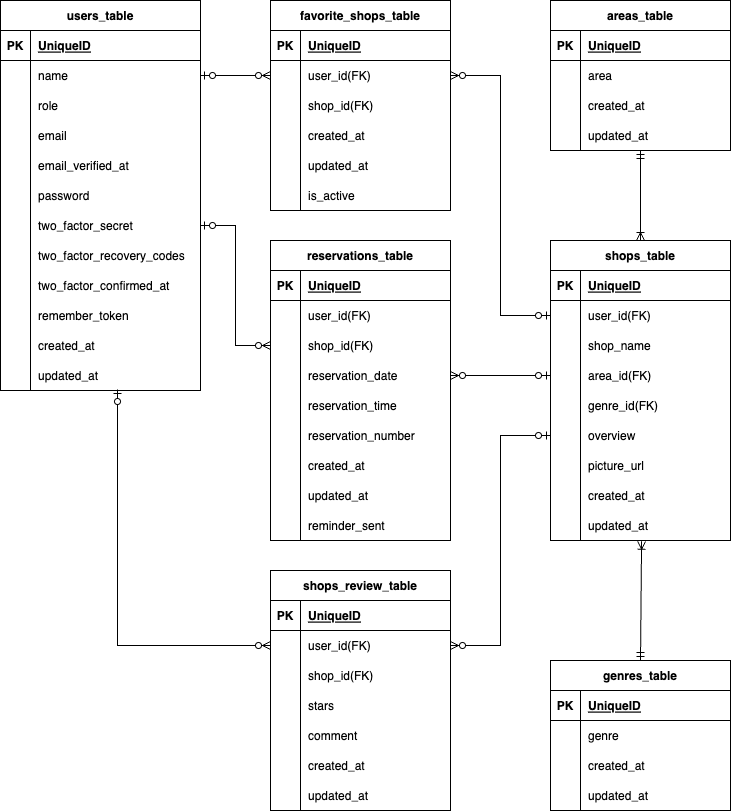
Before: src/ER_drawing.drawio.png, a diagram exported from draw.io (hirokam/Rese_dev). Source tidied: cells renumbered, new cells last; positions are measured from the earlier drawing's top-left corner, leaving out a move shared by most shapes.
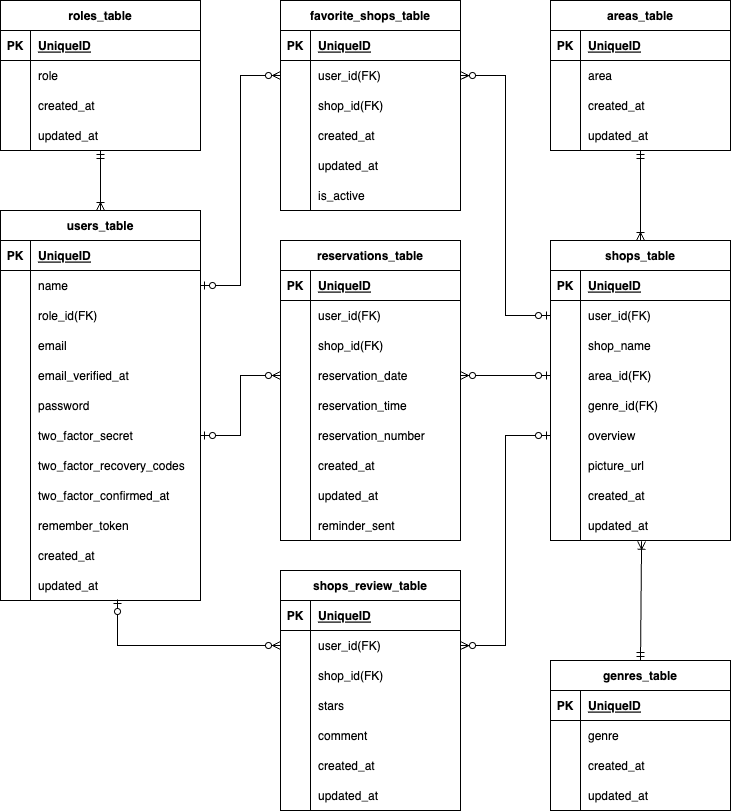
After the commit.

Change to the diagram source:
```diff
@@ -3,7 +3,7 @@
     <mxCell id="0" />
     <mxCell id="1" parent="0" />
     <mxCell id="2" value="users_table" style="shape=table;startSize=30;rowLines=0;fontStyle=1;align=center;" parent="1" vertex="1">
-      <mxGeometry width="200" height="390" as="geometry" />
+      <mxGeometry y="210" width="200" height="390" as="geometry" />
     </mxCell>
     <mxCell id="3" style="shape=tableRow;horizontal=0;startSize=0;swimlaneHead=0;swimlaneBody=0;fillColor=none;top=0;left=0;right=0;bottom=1;" parent="2" vertex="1">
       <mxGeometry y="30" width="200" height="30" as="geometry" />
@@ -29,7 +29,7 @@
     <mxCell id="10" style="shape=partialRectangle;fillColor=none;top=0;left=0;bottom=0;right=0;overflow=hidden;" parent="9" vertex="1">
       <mxGeometry width="30" height="30" as="geometry" />
     </mxCell>
-    <mxCell id="11" value="role" style="shape=partialRectangle;fillColor=none;top=0;left=0;bottom=0;right=0;align=left;spacingLeft=6;overflow=hidden;" parent="9" vertex="1">
+    <mxCell id="11" value="role_id(FK)" style="shape=partialRectangle;fillColor=none;top=0;left=0;bottom=0;right=0;align=left;spacingLeft=6;overflow=hidden;" parent="9" vertex="1">
       <mxGeometry x="30" width="170" height="30" as="geometry" />
     </mxCell>
     <mxCell id="12" style="shape=tableRow;horizontal=0;startSize=0;swimlaneHead=0;swimlaneBody=0;fillColor=none;top=0;left=0;right=0;bottom=0;" parent="2" vertex="1">
@@ -198,7 +198,7 @@
       <mxGeometry x="30" width="150" height="30" as="geometry" />
     </mxCell>
     <mxCell id="67" value="favorite_shops_table" style="shape=table;startSize=30;rowLines=0;fontStyle=1;align=center;" parent="1" vertex="1">
-      <mxGeometry x="270" width="180" height="210" as="geometry" />
+      <mxGeometry x="280" width="180" height="210" as="geometry" />
     </mxCell>
     <mxCell id="68" style="shape=tableRow;horizontal=0;startSize=0;swimlaneHead=0;swimlaneBody=0;fillColor=none;top=0;left=0;right=0;bottom=1;" parent="67" vertex="1">
       <mxGeometry y="30" width="180" height="30" as="geometry" />
@@ -255,7 +255,7 @@
       <mxGeometry x="30" width="150" height="30" as="geometry" />
     </mxCell>
     <mxCell id="86" value="reservations_table" style="shape=table;startSize=30;rowLines=0;fontStyle=1;align=center;" parent="1" vertex="1">
-      <mxGeometry x="270" y="240" width="180" height="300" as="geometry" />
+      <mxGeometry x="280" y="240" width="180" height="300" as="geometry" />
     </mxCell>
     <mxCell id="87" style="shape=tableRow;horizontal=0;startSize=0;swimlaneHead=0;swimlaneBody=0;fillColor=none;top=0;left=0;right=0;bottom=1;" parent="86" vertex="1">
       <mxGeometry y="30" width="180" height="30" as="geometry" />
@@ -338,20 +338,20 @@
     <mxCell id="113" value="reminder_sent" style="shape=partialRectangle;fillColor=none;top=0;left=0;bottom=0;right=0;align=left;spacingLeft=6;overflow=hidden;" parent="111" vertex="1">
       <mxGeometry x="30" width="150" height="30" as="geometry" />
     </mxCell>
-    <mxCell id="114" style="fontSize=12;html=1;endArrow=ERzeroToMany;startArrow=ERzeroToOne;entryX=0;entryY=0.5;entryDx=0;entryDy=0;exitX=1;exitY=0.5;exitDx=0;exitDy=0;" parent="1" edge="1" source="6" target="71">
+    <mxCell id="114" style="fontSize=12;html=1;endArrow=ERzeroToMany;startArrow=ERzeroToOne;entryX=0;entryY=0.5;entryDx=0;entryDy=0;exitX=1;exitY=0.5;exitDx=0;exitDy=0;rounded=0;edgeStyle=orthogonalEdgeStyle;" parent="1" edge="1" source="6" target="71">
       <mxGeometry relative="1" as="geometry" />
     </mxCell>
     <mxCell id="115" style="fontSize=12;html=1;endArrow=ERzeroToMany;startArrow=ERzeroToOne;entryX=1;entryY=0.5;entryDx=0;entryDy=0;exitX=0;exitY=0.5;exitDx=0;exitDy=0;edgeStyle=orthogonalEdgeStyle;rounded=0;" parent="1" edge="1" source="43" target="71">
       <mxGeometry relative="1" as="geometry" />
     </mxCell>
-    <mxCell id="116" style="fontSize=12;html=1;endArrow=ERzeroToMany;startArrow=ERzeroToOne;entryX=0;entryY=0.5;entryDx=0;entryDy=0;exitX=1;exitY=0.5;exitDx=0;exitDy=0;edgeStyle=elbowEdgeStyle;rounded=0;strokeColor=default;" parent="1" edge="1" source="21" target="93">
+    <mxCell id="116" style="fontSize=12;html=1;endArrow=ERzeroToMany;startArrow=ERzeroToOne;entryX=0;entryY=0.5;entryDx=0;entryDy=0;exitX=1;exitY=0.5;exitDx=0;exitDy=0;edgeStyle=elbowEdgeStyle;rounded=0;strokeColor=default;" parent="1" edge="1" source="21" target="96">
       <mxGeometry relative="1" as="geometry" />
     </mxCell>
     <mxCell id="117" style="fontSize=12;html=1;endArrow=ERzeroToMany;startArrow=ERzeroToOne;entryX=1;entryY=0.5;entryDx=0;entryDy=0;exitX=0;exitY=0.5;exitDx=0;exitDy=0;" parent="1" edge="1" source="49" target="96">
       <mxGeometry relative="1" as="geometry" />
     </mxCell>
     <mxCell id="118" value="shops_review_table" style="shape=table;startSize=30;rowLines=0;fontStyle=1;align=center;" parent="1" vertex="1">
-      <mxGeometry x="270" y="570" width="180" height="240" as="geometry" />
+      <mxGeometry x="280" y="570" width="180" height="240" as="geometry" />
     </mxCell>
     <mxCell id="119" style="shape=tableRow;horizontal=0;startSize=0;swimlaneHead=0;swimlaneBody=0;fillColor=none;top=0;left=0;right=0;bottom=1;" parent="118" vertex="1">
       <mxGeometry y="30" width="180" height="30" as="geometry" />
@@ -508,5 +508,49 @@
     <mxCell id="169" style="fontSize=12;html=1;endArrow=ERoneToMany;startArrow=ERmandOne;exitX=0.5;exitY=0;exitDx=0;exitDy=0;entryX=0.506;entryY=1.025;entryDx=0;entryDy=0;entryPerimeter=0;" parent="1" edge="1" source="155" target="64">
       <mxGeometry relative="1" as="geometry" />
     </mxCell>
+    <mxCell id="170" value="roles_table" style="shape=table;startSize=30;rowLines=0;fontStyle=1;align=center;" parent="1" vertex="1">
+      <mxGeometry width="200" height="150" as="geometry" />
+    </mxCell>
+    <mxCell id="171" style="shape=tableRow;horizontal=0;startSize=0;swimlaneHead=0;swimlaneBody=0;fillColor=none;top=0;left=0;right=0;bottom=1;" parent="170" vertex="1">
+      <mxGeometry y="30" width="200" height="30" as="geometry" />
+    </mxCell>
+    <mxCell id="172" value="PK" style="shape=partialRectangle;fillColor=none;top=0;left=0;bottom=0;right=0;fontStyle=1;overflow=hidden;" parent="171" vertex="1">
+      <mxGeometry width="30" height="30" as="geometry" />
+    </mxCell>
+    <mxCell id="173" value="UniqueID" style="shape=partialRectangle;fillColor=none;top=0;left=0;bottom=0;right=0;align=left;spacingLeft=6;fontStyle=5;overflow=hidden;" parent="171" vertex="1">
+      <mxGeometry x="30" width="170" height="30" as="geometry" />
+    </mxCell>
+    <mxCell id="174" style="shape=tableRow;horizontal=0;startSize=0;swimlaneHead=0;swimlaneBody=0;fillColor=none;top=0;left=0;right=0;bottom=0;" parent="170" vertex="1">
+      <mxGeometry y="60" width="200" height="30" as="geometry" />
+    </mxCell>
+    <mxCell id="175" style="shape=partialRectangle;fillColor=none;top=0;left=0;bottom=0;right=0;overflow=hidden;" parent="174" vertex="1">
+      <mxGeometry width="30" height="30" as="geometry" />
+    </mxCell>
+    <mxCell id="176" value="role" style="shape=partialRectangle;fillColor=none;top=0;left=0;bottom=0;right=0;align=left;spacingLeft=6;overflow=hidden;" parent="174" vertex="1">
+      <mxGeometry x="30" width="170" height="30" as="geometry" />
+    </mxCell>
+    <mxCell id="177" style="shape=tableRow;horizontal=0;startSize=0;swimlaneHead=0;swimlaneBody=0;fillColor=none;top=0;left=0;right=0;bottom=0;" parent="170" vertex="1">
+      <mxGeometry y="90" width="200" height="30" as="geometry" />
+    </mxCell>
+    <mxCell id="178" style="shape=partialRectangle;fillColor=none;top=0;left=0;bottom=0;right=0;overflow=hidden;" parent="177" vertex="1">
+      <mxGeometry width="30" height="30" as="geometry" />
+    </mxCell>
+    <mxCell id="179" value="created_at" style="shape=partialRectangle;fillColor=none;top=0;left=0;bottom=0;right=0;align=left;spacingLeft=6;overflow=hidden;" parent="177" vertex="1">
+      <mxGeometry x="30" width="170" height="30" as="geometry" />
+    </mxCell>
+    <mxCell id="180" style="shape=tableRow;horizontal=0;startSize=0;swimlaneHead=0;swimlaneBody=0;fillColor=none;top=0;left=0;right=0;bottom=0;" parent="170" vertex="1">
+      <mxGeometry y="120" width="200" height="30" as="geometry" />
+    </mxCell>
+    <mxCell id="181" style="shape=partialRectangle;fillColor=none;top=0;left=0;bottom=0;right=0;overflow=hidden;" parent="180" vertex="1">
+      <mxGeometry width="30" height="30" as="geometry" />
+    </mxCell>
+    <mxCell id="182" value="updated_at" style="shape=partialRectangle;fillColor=none;top=0;left=0;bottom=0;right=0;align=left;spacingLeft=6;overflow=hidden;" parent="180" vertex="1">
+      <mxGeometry x="30" width="170" height="30" as="geometry" />
+    </mxCell>
+    <mxCell id="183" style="fontSize=12;html=1;endArrow=ERoneToMany;startArrow=ERmandOne;rounded=0;entryX=0.5;entryY=0;entryDx=0;entryDy=0;" parent="1" edge="1" target="2">
+      <mxGeometry relative="1" as="geometry">
+        <mxPoint x="100" y="150" as="sourcePoint" />
+      </mxGeometry>
+    </mxCell>
   </root>
 </mxGraphModel>
```
